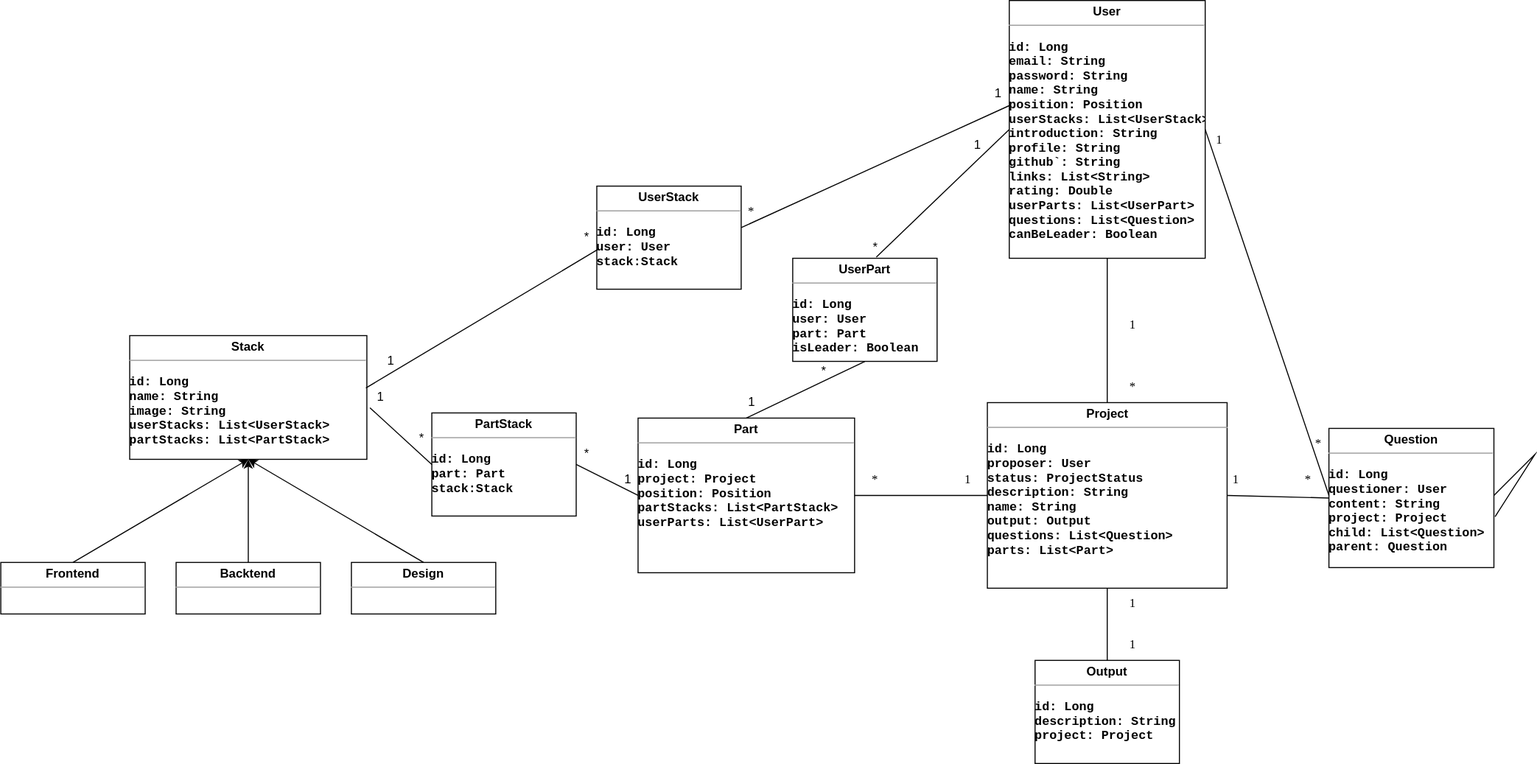
zelo0/cruit keeps this draw.io diagram as entity_diagram.drawio.svg. Above is the earlier version. Source tidied: cells renumbered, new cells last; positions are measured from the earlier drawing's top-left corner, leaving out a move shared by most shapes.
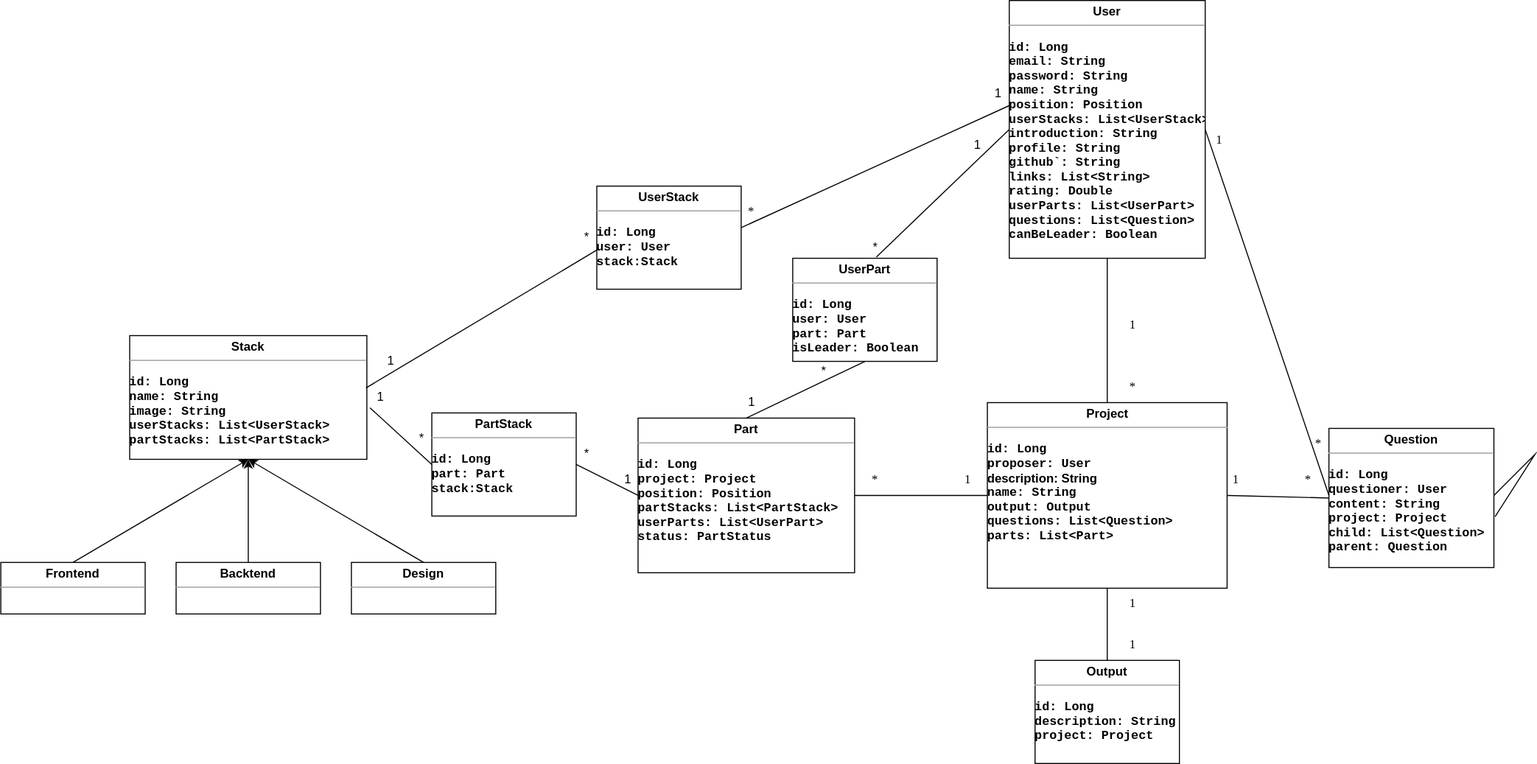
Above is the later version.

Commit message:
status를 project -> part로 변경

Diff of the diagram source:
```diff
@@ -5,7 +5,7 @@
     <mxCell id="2" value="&lt;p style=&quot;margin: 0px ; margin-top: 4px ; text-align: center&quot;&gt;&lt;span&gt;User&lt;/span&gt;&lt;/p&gt;&lt;hr size=&quot;1&quot;&gt;&lt;p&gt;&lt;/p&gt;&lt;pre style=&quot;height: 2px ; line-height: 1.5&quot;&gt;&lt;span&gt;id: Long&lt;/span&gt;&lt;/pre&gt;&lt;pre style=&quot;height: 2px ; line-height: 1.5&quot;&gt;&lt;span&gt;email: String&lt;/span&gt;&lt;/pre&gt;&lt;pre style=&quot;height: 2px ; line-height: 1.5&quot;&gt;&lt;span&gt;password: String&lt;/span&gt;&lt;/pre&gt;&lt;pre style=&quot;height: 2px ; line-height: 1.5&quot;&gt;&lt;span&gt;name: String&lt;/span&gt;&lt;/pre&gt;&lt;pre style=&quot;height: 2px ; line-height: 1.5&quot;&gt;&lt;span&gt;position: Position&lt;/span&gt;&lt;/pre&gt;&lt;pre style=&quot;height: 2px ; line-height: 1.5&quot;&gt;&lt;span&gt;userStacks: List&amp;lt;UserStack&amp;gt;&lt;/span&gt;&lt;/pre&gt;&lt;pre style=&quot;height: 2px ; line-height: 1.5&quot;&gt;&lt;span&gt;introduction: String&lt;/span&gt;&lt;/pre&gt;&lt;pre style=&quot;height: 2px ; line-height: 1.5&quot;&gt;&lt;span&gt;profile: String&lt;/span&gt;&lt;/pre&gt;&lt;pre style=&quot;height: 2px ; line-height: 1.5&quot;&gt;&lt;span&gt;github`: String&lt;/span&gt;&lt;/pre&gt;&lt;pre style=&quot;height: 2px ; line-height: 1.5&quot;&gt;&lt;span&gt;links: List&amp;lt;String&amp;gt;&lt;/span&gt;&lt;/pre&gt;&lt;pre style=&quot;height: 2px ; line-height: 1.5&quot;&gt;&lt;span&gt;rating: Double&lt;/span&gt;&lt;/pre&gt;&lt;pre style=&quot;height: 2px ; line-height: 1.5&quot;&gt;&lt;span&gt;userParts: List&amp;lt;UserPart&amp;gt;&lt;/span&gt;&lt;/pre&gt;&lt;pre style=&quot;height: 2px ; line-height: 1.5&quot;&gt;&lt;span&gt;questions: List&amp;lt;Question&amp;gt;&lt;/span&gt;&lt;/pre&gt;&lt;pre style=&quot;height: 2px ; line-height: 1.5&quot;&gt;&lt;span&gt;canBeLeader: Boolean&lt;/span&gt;&lt;/pre&gt;&lt;pre style=&quot;height: 2px ; line-height: 1.5&quot;&gt;&lt;span&gt;&lt;br&gt;&lt;/span&gt;&lt;/pre&gt;&lt;p&gt;&lt;/p&gt;" style="verticalAlign=top;align=left;overflow=fill;fontSize=12;fontFamily=Helvetica;html=1;horizontal=1;rounded=0;sketch=0;spacingLeft=0;labelBackgroundColor=none;labelBorderColor=none;fontStyle=1;spacingBottom=0;spacingRight=0;spacing=2;" parent="1" vertex="1">
       <mxGeometry x="978" width="190" height="250" as="geometry" />
     </mxCell>
-    <mxCell id="3" value="&lt;p style=&quot;margin: 0px ; margin-top: 4px ; text-align: center&quot;&gt;&lt;b&gt;Project&lt;/b&gt;&lt;/p&gt;&lt;hr size=&quot;1&quot;&gt;&lt;p&gt;&lt;/p&gt;&lt;pre style=&quot;height: 2px ; line-height: 1.5&quot;&gt;&lt;b&gt;id: Long&lt;/b&gt;&lt;/pre&gt;&lt;pre style=&quot;height: 2px ; line-height: 1.5&quot;&gt;&lt;b&gt;proposer: User&lt;/b&gt;&lt;/pre&gt;&lt;pre style=&quot;height: 2px ; line-height: 1.5&quot;&gt;&lt;b&gt;status: ProjectStatus&lt;/b&gt;&lt;/pre&gt;&lt;pre style=&quot;height: 2px ; line-height: 1.5&quot;&gt;&lt;b&gt;description: String&lt;/b&gt;&lt;/pre&gt;&lt;pre style=&quot;height: 2px ; line-height: 1.5&quot;&gt;&lt;b&gt;name: String&lt;/b&gt;&lt;/pre&gt;&lt;pre style=&quot;height: 2px ; line-height: 1.5&quot;&gt;&lt;b&gt;output: Output&lt;/b&gt;&lt;/pre&gt;&lt;pre style=&quot;height: 2px ; line-height: 1.5&quot;&gt;&lt;b&gt;questions: List&amp;lt;Question&amp;gt;&lt;/b&gt;&lt;/pre&gt;&lt;pre style=&quot;height: 2px ; line-height: 1.5&quot;&gt;&lt;b&gt;parts: List&amp;lt;Part&amp;gt;&lt;/b&gt;&lt;/pre&gt;&lt;p&gt;&lt;/p&gt;" style="verticalAlign=top;align=left;overflow=fill;fontSize=12;fontFamily=Helvetica;html=1;" parent="1" vertex="1">
+    <mxCell id="3" value="&lt;p style=&quot;margin: 0px ; margin-top: 4px ; text-align: center&quot;&gt;&lt;b&gt;Project&lt;/b&gt;&lt;/p&gt;&lt;hr size=&quot;1&quot;&gt;&lt;p&gt;&lt;/p&gt;&lt;pre style=&quot;height: 2px ; line-height: 1.5&quot;&gt;&lt;b&gt;id: Long&lt;/b&gt;&lt;/pre&gt;&lt;pre style=&quot;height: 2px ; line-height: 1.5&quot;&gt;&lt;b&gt;proposer: User&lt;/b&gt;&lt;/pre&gt;&lt;pre style=&quot;height: 2px ; line-height: 1.5&quot;&gt;&lt;b style=&quot;font-family: &amp;#34;helvetica&amp;#34; ; white-space: nowrap&quot;&gt;description: String&lt;/b&gt;&lt;br&gt;&lt;/pre&gt;&lt;pre style=&quot;height: 2px ; line-height: 1.5&quot;&gt;&lt;b&gt;name: String&lt;/b&gt;&lt;/pre&gt;&lt;pre style=&quot;height: 2px ; line-height: 1.5&quot;&gt;&lt;b&gt;output: Output&lt;/b&gt;&lt;/pre&gt;&lt;pre style=&quot;height: 2px ; line-height: 1.5&quot;&gt;&lt;b&gt;questions: List&amp;lt;Question&amp;gt;&lt;/b&gt;&lt;/pre&gt;&lt;pre style=&quot;height: 2px ; line-height: 1.5&quot;&gt;&lt;b&gt;parts: List&amp;lt;Part&amp;gt;&lt;/b&gt;&lt;/pre&gt;&lt;p&gt;&lt;/p&gt;" style="verticalAlign=top;align=left;overflow=fill;fontSize=12;fontFamily=Helvetica;html=1;" parent="1" vertex="1">
       <mxGeometry x="956.8" y="390" width="232.5" height="180" as="geometry" />
     </mxCell>
     <mxCell id="4" style="endArrow=none;html=1;rounded=0;fontFamily=Verdana;fontSize=12;entryX=0.5;entryY=1;entryDx=0;entryDy=0;exitX=0.5;exitY=0;exitDx=0;exitDy=0;" parent="1" edge="1" source="3" target="2">
@@ -60,7 +60,7 @@
     <mxCell id="18" value="1" style="text;html=1;strokeColor=none;fillColor=none;align=center;verticalAlign=middle;whiteSpace=wrap;rounded=0;labelBackgroundColor=none;labelBorderColor=none;sketch=0;fontFamily=Verdana;fontSize=12;" parent="1" vertex="1">
       <mxGeometry x="1068" y="610" width="60" height="30" as="geometry" />
     </mxCell>
-    <mxCell id="19" value="&lt;p style=&quot;margin: 0px ; margin-top: 4px ; text-align: center&quot;&gt;&lt;b&gt;Part&lt;/b&gt;&lt;/p&gt;&lt;hr size=&quot;1&quot;&gt;&lt;p&gt;&lt;/p&gt;&lt;pre style=&quot;height: 2px ; line-height: 1.5&quot;&gt;&lt;b&gt;id: Long&lt;/b&gt;&lt;/pre&gt;&lt;pre style=&quot;height: 2px ; line-height: 1.5&quot;&gt;&lt;b&gt;project: Project&lt;/b&gt;&lt;/pre&gt;&lt;pre style=&quot;height: 2px ; line-height: 1.5&quot;&gt;&lt;b&gt;position: Position&lt;/b&gt;&lt;/pre&gt;&lt;pre style=&quot;height: 2px ; line-height: 1.5&quot;&gt;&lt;b&gt;partStacks: List&amp;lt;PartStack&amp;gt;&lt;/b&gt;&lt;/pre&gt;&lt;pre style=&quot;height: 2px ; line-height: 1.5&quot;&gt;&lt;b&gt;userParts: List&amp;lt;UserPart&amp;gt;&lt;/b&gt;&lt;/pre&gt;&lt;p&gt;&lt;/p&gt;" style="verticalAlign=top;align=left;overflow=fill;fontSize=12;fontFamily=Helvetica;html=1;" parent="1" vertex="1">
+    <mxCell id="19" value="&lt;p style=&quot;margin: 0px ; margin-top: 4px ; text-align: center&quot;&gt;&lt;b&gt;Part&lt;/b&gt;&lt;/p&gt;&lt;hr size=&quot;1&quot;&gt;&lt;p&gt;&lt;/p&gt;&lt;pre style=&quot;height: 2px ; line-height: 1.5&quot;&gt;&lt;b&gt;id: Long&lt;/b&gt;&lt;/pre&gt;&lt;pre style=&quot;height: 2px ; line-height: 1.5&quot;&gt;&lt;b&gt;project: Project&lt;/b&gt;&lt;/pre&gt;&lt;pre style=&quot;height: 2px ; line-height: 1.5&quot;&gt;&lt;b&gt;position: Position&lt;/b&gt;&lt;/pre&gt;&lt;pre style=&quot;height: 2px ; line-height: 1.5&quot;&gt;&lt;b&gt;partStacks: List&amp;lt;PartStack&amp;gt;&lt;/b&gt;&lt;/pre&gt;&lt;pre style=&quot;height: 2px ; line-height: 1.5&quot;&gt;&lt;b&gt;userParts: List&amp;lt;UserPart&amp;gt;&lt;/b&gt;&lt;/pre&gt;&lt;pre style=&quot;height: 2px ; line-height: 1.5&quot;&gt;&lt;b&gt;status: PartStatus&lt;/b&gt;&lt;/pre&gt;&lt;p&gt;&lt;/p&gt;" style="verticalAlign=top;align=left;overflow=fill;fontSize=12;fontFamily=Helvetica;html=1;" parent="1" vertex="1">
       <mxGeometry x="618" y="405" width="210" height="150" as="geometry" />
     </mxCell>
     <mxCell id="20" style="endArrow=none;html=1;rounded=0;fontFamily=Verdana;fontSize=12;exitX=1;exitY=0.5;exitDx=0;exitDy=0;entryX=0;entryY=0.5;entryDx=0;entryDy=0;" parent="1" edge="1" source="19" target="3">
```
